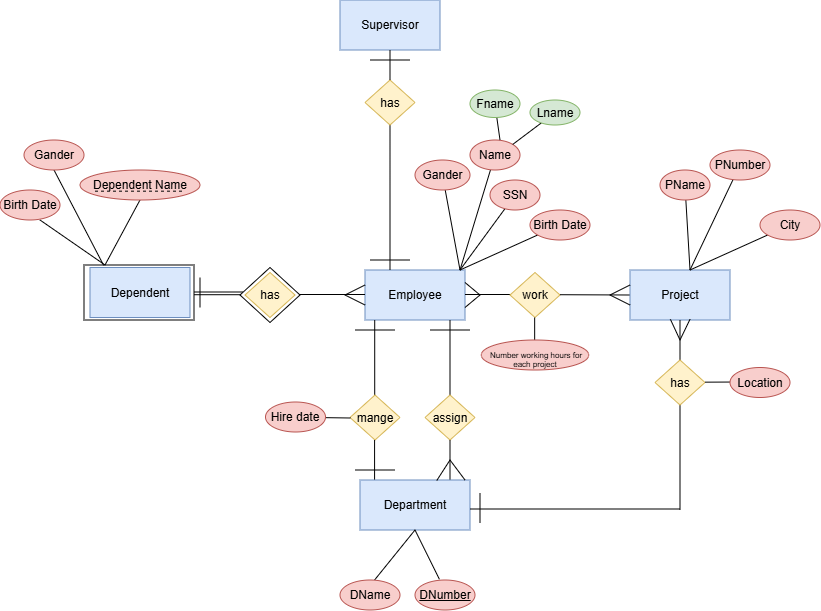
Earlier version of the draw.io export ERDs/EDR task.drawio.png (ShahadHamed/Database-learning). Source tidied: cells renumbered, new cells last; positions are measured from the earlier drawing's top-left corner, leaving out a move shared by most shapes.
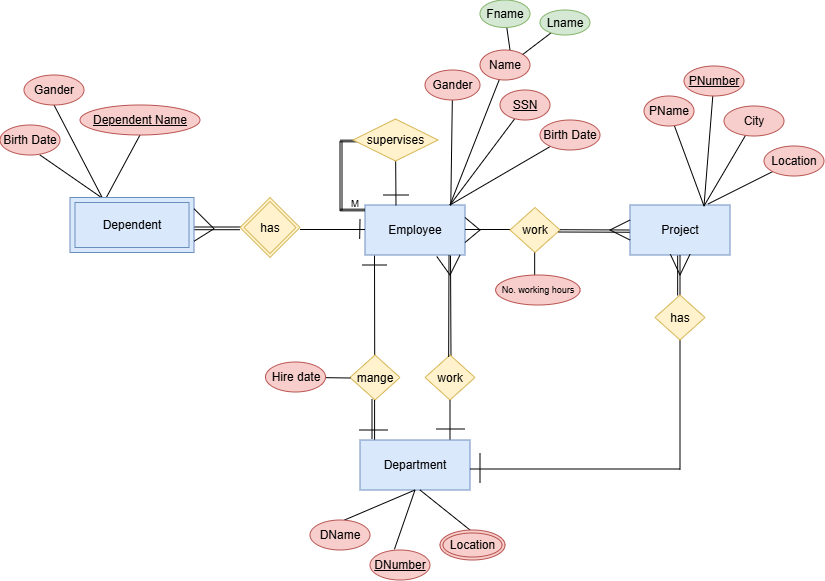
The same diagram one commit later.

Commit message:
Resolve task of ERD

Change to the diagram source:
```diff
@@ -16,5 +16,2 @@
     </mxCell>
-    <mxCell id="4" style="rounded=0;whiteSpace=wrap;html=1;" parent="1" vertex="1">
-      <mxGeometry x="84" y="265" width="110" height="55" as="geometry" />
-    </mxCell>
     <mxCell id="5" value="Employee" style="rounded=0;whiteSpace=wrap;html=1;fillColor=#dae8fc;strokeColor=#6c8ebf;" parent="1" vertex="1">
@@ -38,22 +35,5 @@
     </mxCell>
-    <mxCell id="9" style="endArrow=none;html=1;rounded=0;" parent="1" edge="1">
-      <mxGeometry relative="1" as="geometry">
-        <mxPoint x="390" y="270" as="sourcePoint" />
-        <mxPoint x="390" y="120" as="targetPoint" />
-      </mxGeometry>
-    </mxCell>
-    <mxCell id="10" value="has" style="rhombus;whiteSpace=wrap;html=1;fillColor=#fff2cc;strokeColor=#d6b656;" parent="1" vertex="1">
-      <mxGeometry x="365" y="80" width="50" height="45" as="geometry" />
-    </mxCell>
-    <mxCell id="11" value="Supervisor" style="rounded=0;whiteSpace=wrap;html=1;fillColor=#dae8fc;strokeColor=#6c8ebf;" parent="1" vertex="1">
-      <mxGeometry x="340" width="100" height="50" as="geometry" />
-    </mxCell>
-    <mxCell id="12" style="endArrow=none;html=1;rounded=0;exitX=0.5;exitY=0;exitDx=0;exitDy=0;" parent="1" edge="1" source="10">
-      <mxGeometry relative="1" as="geometry">
-        <mxPoint x="390" y="50" as="targetPoint" />
-      </mxGeometry>
-    </mxCell>
     <mxCell id="13" style="endArrow=none;html=1;rounded=0;" parent="1" edge="1" target="18">
       <mxGeometry relative="1" as="geometry">
-        <mxPoint x="460" y="270" as="sourcePoint" />
+        <mxPoint x="450" y="270" as="sourcePoint" />
       </mxGeometry>
@@ -62,9 +42,7 @@
       <mxGeometry relative="1" as="geometry">
-        <mxPoint x="460" y="270" as="sourcePoint" />
+        <mxPoint x="450" y="270" as="sourcePoint" />
       </mxGeometry>
     </mxCell>
-    <mxCell id="15" style="endArrow=none;html=1;rounded=0;" parent="1" edge="1" target="20">
-      <mxGeometry relative="1" as="geometry">
-        <mxPoint x="460" y="270" as="sourcePoint" />
-      </mxGeometry>
+    <mxCell id="15" style="endArrow=none;html=1;rounded=0;exitX=0.858;exitY=-0.024;exitDx=0;exitDy=0;exitPerimeter=0;" parent="1" edge="1" source="5" target="20">
+      <mxGeometry relative="1" as="geometry" />
     </mxCell>
@@ -72,3 +50,3 @@
       <mxGeometry relative="1" as="geometry">
-        <mxPoint x="460" y="270" as="sourcePoint" />
+        <mxPoint x="450" y="270" as="sourcePoint" />
       </mxGeometry>
@@ -76,12 +54,12 @@
     <mxCell id="17" value="Birth Date" style="ellipse;whiteSpace=wrap;html=1;fillColor=#f8cecc;strokeColor=#b85450;" parent="1" vertex="1">
-      <mxGeometry x="530" y="210" width="60" height="30" as="geometry" />
+      <mxGeometry x="540" y="185" width="60" height="30" as="geometry" />
     </mxCell>
-    <mxCell id="18" value="SSN" style="ellipse;whiteSpace=wrap;html=1;fillColor=#f8cecc;strokeColor=#b85450;" parent="1" vertex="1">
-      <mxGeometry x="490" y="180" width="50" height="30" as="geometry" />
+    <mxCell id="18" value="SSN" style="ellipse;whiteSpace=wrap;html=1;fillColor=#f8cecc;strokeColor=#b85450;fontStyle=4;" parent="1" vertex="1">
+      <mxGeometry x="500" y="155" width="50" height="30" as="geometry" />
     </mxCell>
     <mxCell id="19" value="Name" style="ellipse;whiteSpace=wrap;html=1;fillColor=#f8cecc;strokeColor=#b85450;" parent="1" vertex="1">
-      <mxGeometry x="470" y="140" width="50" height="30" as="geometry" />
+      <mxGeometry x="480" y="115" width="50" height="30" as="geometry" />
     </mxCell>
     <mxCell id="20" value="Gander" style="ellipse;whiteSpace=wrap;html=1;fillColor=#f8cecc;strokeColor=#b85450;" parent="1" vertex="1">
-      <mxGeometry x="415" y="160" width="55" height="30" as="geometry" />
+      <mxGeometry x="425" y="135" width="55" height="30" as="geometry" />
     </mxCell>
@@ -89,3 +67,3 @@
       <mxGeometry relative="1" as="geometry">
-        <mxPoint x="500" y="140" as="sourcePoint" />
+        <mxPoint x="510" y="115" as="sourcePoint" />
       </mxGeometry>
@@ -96,6 +74,6 @@
     <mxCell id="23" value="Lname" style="ellipse;whiteSpace=wrap;html=1;fillColor=#d5e8d4;strokeColor=#82b366;" parent="1" vertex="1">
-      <mxGeometry x="530" y="100" width="50" height="25" as="geometry" />
+      <mxGeometry x="540" y="75" width="50" height="25" as="geometry" />
     </mxCell>
     <mxCell id="24" value="Fname" style="ellipse;whiteSpace=wrap;html=1;fillColor=#d5e8d4;strokeColor=#82b366;" parent="1" vertex="1">
-      <mxGeometry x="470" y="90" width="50" height="27.5" as="geometry" />
+      <mxGeometry x="480" y="65" width="50" height="27.5" as="geometry" />
     </mxCell>
@@ -103,12 +81,6 @@
       <mxGeometry relative="1" as="geometry">
-        <mxPoint x="370" y="260" as="sourcePoint" />
-        <mxPoint x="410" y="260" as="targetPoint" />
+        <mxPoint x="383" y="260" as="sourcePoint" />
+        <mxPoint x="409" y="260" as="targetPoint" />
       </mxGeometry>
     </mxCell>
-    <mxCell id="26" style="endArrow=none;html=1;rounded=0;" parent="1" edge="1">
-      <mxGeometry relative="1" as="geometry">
-        <mxPoint x="370" y="60" as="sourcePoint" />
-        <mxPoint x="410" y="60" as="targetPoint" />
-      </mxGeometry>
-    </mxCell>
     <mxCell id="27" style="endArrow=none;html=1;rounded=0;" parent="1" edge="1">
@@ -119,13 +91,6 @@
     </mxCell>
-    <mxCell id="28" style="rhombus;whiteSpace=wrap;html=1;" parent="1" vertex="1">
-      <mxGeometry x="240" y="267.5" width="60" height="55" as="geometry" />
-    </mxCell>
-    <mxCell id="29" value="has" style="rhombus;whiteSpace=wrap;html=1;fillColor=#fff2cc;strokeColor=#d6b656;" parent="1" vertex="1">
-      <mxGeometry x="245" y="272.5" width="50" height="45" as="geometry" />
-    </mxCell>
-    <mxCell id="30" value="Dependent" style="rounded=0;whiteSpace=wrap;html=1;fillColor=#dae8fc;strokeColor=#6c8ebf;" parent="1" vertex="1">
-      <mxGeometry x="90" y="267.5" width="100" height="50" as="geometry" />
-    </mxCell>
-    <mxCell id="31" style="endArrow=none;html=1;rounded=0;exitX=0.136;exitY=-0.044;exitDx=0;exitDy=0;exitPerimeter=0;entryX=0.5;entryY=1;entryDx=0;entryDy=0;" parent="1" edge="1" source="30" target="35">
-      <mxGeometry relative="1" as="geometry" />
+    <mxCell id="31" style="endArrow=none;html=1;rounded=0;exitX=0.136;exitY=-0.044;exitDx=0;exitDy=0;exitPerimeter=0;entryX=0.5;entryY=1;entryDx=0;entryDy=0;" parent="1" edge="1" target="35">
+      <mxGeometry relative="1" as="geometry">
+        <mxPoint x="103.6" y="265.3" as="sourcePoint" />
+      </mxGeometry>
     </mxCell>
@@ -148,31 +113,21 @@
     </mxCell>
-    <mxCell id="36" value="Dependent Name" style="ellipse;whiteSpace=wrap;html=1;fontStyle=0;fillColor=#f8cecc;strokeColor=#b85450;" parent="1" vertex="1">
+    <mxCell id="36" value="Dependent Name" style="ellipse;whiteSpace=wrap;html=1;fontStyle=4;fillColor=#f8cecc;strokeColor=#b85450;" parent="1" vertex="1">
       <mxGeometry x="80" y="170" width="120" height="30" as="geometry" />
     </mxCell>
-    <mxCell id="37" style="endArrow=none;html=1;rounded=0;" parent="1" edge="1">
-      <mxGeometry relative="1" as="geometry">
-        <mxPoint x="365" y="305" as="sourcePoint" />
-        <mxPoint x="365" y="285" as="targetPoint" />
-        <Array as="points">
-          <mxPoint x="345" y="295" />
-        </Array>
-      </mxGeometry>
-    </mxCell>
-    <mxCell id="38" style="endArrow=none;html=1;rounded=0;" parent="1" edge="1">
+    <mxCell id="38" style="endArrow=none;html=1;rounded=0;entryX=0.845;entryY=1.03;entryDx=0;entryDy=0;entryPerimeter=0;" parent="1" edge="1">
       <mxGeometry relative="1" as="geometry">
-        <mxPoint x="450" y="400" as="sourcePoint" />
-        <mxPoint x="450" y="320" as="targetPoint" />
+        <mxPoint x="451" y="424" as="sourcePoint" />
+        <mxPoint x="450.5" y="320.5" as="targetPoint" />
       </mxGeometry>
     </mxCell>
-    <mxCell id="39" style="endArrow=none;html=1;rounded=0;" parent="1" edge="1">
+    <mxCell id="39" style="endArrow=none;html=1;rounded=0;entryX=0.095;entryY=1.013;entryDx=0;entryDy=0;entryPerimeter=0;" parent="1" edge="1" target="5">
       <mxGeometry relative="1" as="geometry">
-        <mxPoint x="374.7" y="400" as="sourcePoint" />
-        <mxPoint x="374.7" y="320" as="targetPoint" />
+        <mxPoint x="374.7" y="425" as="sourcePoint" />
       </mxGeometry>
     </mxCell>
-    <mxCell id="40" value="assign" style="rhombus;whiteSpace=wrap;html=1;fillColor=#fff2cc;strokeColor=#d6b656;" parent="1" vertex="1">
-      <mxGeometry x="425" y="395" width="50" height="45" as="geometry" />
+    <mxCell id="40" value="work" style="rhombus;whiteSpace=wrap;html=1;fillColor=#fff2cc;strokeColor=#d6b656;" parent="1" vertex="1">
+      <mxGeometry x="425" y="420" width="50" height="45" as="geometry" />
     </mxCell>
     <mxCell id="41" value="mange" style="rhombus;whiteSpace=wrap;html=1;fillColor=#fff2cc;strokeColor=#d6b656;" parent="1" vertex="1">
-      <mxGeometry x="350" y="395" width="50" height="45" as="geometry" />
+      <mxGeometry x="350" y="420" width="50" height="45" as="geometry" />
     </mxCell>
@@ -197,3 +152,3 @@
       <mxGeometry relative="1" as="geometry">
-        <mxPoint x="690" y="270" as="sourcePoint" />
+        <mxPoint x="704" y="271" as="sourcePoint" />
       </mxGeometry>
@@ -202,3 +157,3 @@
       <mxGeometry relative="1" as="geometry">
-        <mxPoint x="690" y="270" as="sourcePoint" />
+        <mxPoint x="704" y="271" as="sourcePoint" />
       </mxGeometry>
@@ -207,3 +162,3 @@
       <mxGeometry relative="1" as="geometry">
-        <mxPoint x="690" y="270" as="sourcePoint" />
+        <mxPoint x="704" y="271" as="sourcePoint" />
       </mxGeometry>
@@ -211,20 +166,14 @@
     <mxCell id="48" value="City" style="ellipse;whiteSpace=wrap;html=1;fillColor=#f8cecc;strokeColor=#b85450;" parent="1" vertex="1">
-      <mxGeometry x="760" y="210" width="60" height="30" as="geometry" />
+      <mxGeometry x="724" y="171" width="60" height="30" as="geometry" />
     </mxCell>
-    <mxCell id="49" value="PNumber" style="ellipse;whiteSpace=wrap;html=1;fillColor=#f8cecc;strokeColor=#b85450;" parent="1" vertex="1">
-      <mxGeometry x="710" y="150" width="60" height="30" as="geometry" />
+    <mxCell id="49" value="PNumber" style="ellipse;whiteSpace=wrap;html=1;fillColor=#f8cecc;strokeColor=#b85450;fontStyle=4;" parent="1" vertex="1">
+      <mxGeometry x="684" y="131" width="60" height="30" as="geometry" />
     </mxCell>
     <mxCell id="50" value="PName" style="ellipse;whiteSpace=wrap;html=1;fillColor=#f8cecc;strokeColor=#b85450;" parent="1" vertex="1">
-      <mxGeometry x="660" y="170" width="50" height="30" as="geometry" />
+      <mxGeometry x="644" y="161" width="50" height="30" as="geometry" />
     </mxCell>
-    <mxCell id="51" style="endArrow=none;dashed=1;html=1;rounded=0;" parent="1" edge="1">
-      <mxGeometry relative="1" as="geometry">
-        <mxPoint x="95" y="191.2" as="sourcePoint" />
-        <mxPoint x="185" y="191.2" as="targetPoint" />
-      </mxGeometry>
-    </mxCell>
     <mxCell id="52" style="endArrow=none;html=1;rounded=0;" parent="1" edge="1">
       <mxGeometry relative="1" as="geometry">
-        <mxPoint x="450" y="480" as="sourcePoint" />
-        <mxPoint x="450" y="440" as="targetPoint" />
+        <mxPoint x="450" y="505" as="sourcePoint" />
+        <mxPoint x="450" y="465" as="targetPoint" />
       </mxGeometry>
@@ -233,4 +182,4 @@
       <mxGeometry relative="1" as="geometry">
-        <mxPoint x="374.6" y="480" as="sourcePoint" />
-        <mxPoint x="374.6" y="440" as="targetPoint" />
+        <mxPoint x="374.6" y="505" as="sourcePoint" />
+        <mxPoint x="374.6" y="465" as="targetPoint" />
       </mxGeometry>
@@ -238,3 +187,3 @@
     <mxCell id="54" value="Department" style="rounded=0;whiteSpace=wrap;html=1;fillColor=#dae8fc;strokeColor=#6c8ebf;" parent="1" vertex="1">
-      <mxGeometry x="360" y="480" width="110" height="50" as="geometry" />
+      <mxGeometry x="360" y="505" width="110" height="50" as="geometry" />
     </mxCell>
@@ -242,4 +191,4 @@
       <mxGeometry relative="1" as="geometry">
-        <mxPoint x="430" y="330" as="sourcePoint" />
-        <mxPoint x="470" y="330" as="targetPoint" />
+        <mxPoint x="436" y="494" as="sourcePoint" />
+        <mxPoint x="465" y="494" as="targetPoint" />
       </mxGeometry>
@@ -248,17 +197,12 @@
       <mxGeometry relative="1" as="geometry">
-        <mxPoint x="355" y="330" as="sourcePoint" />
-        <mxPoint x="395" y="330" as="targetPoint" />
+        <mxPoint x="362" y="330" as="sourcePoint" />
+        <mxPoint x="387" y="330" as="targetPoint" />
       </mxGeometry>
     </mxCell>
-    <mxCell id="57" style="endArrow=none;html=1;rounded=0;" parent="1" edge="1">
-      <mxGeometry relative="1" as="geometry">
-        <mxPoint x="355" y="470" as="sourcePoint" />
-        <mxPoint x="395" y="470" as="targetPoint" />
-      </mxGeometry>
-    </mxCell>
-    <mxCell id="58" style="endArrow=none;html=1;rounded=0;exitX=0.698;exitY=0.01;exitDx=0;exitDy=0;exitPerimeter=0;" parent="1" edge="1" source="54">
+    <mxCell id="58" style="endArrow=none;html=1;rounded=0;exitX=0.698;exitY=0.01;exitDx=0;exitDy=0;exitPerimeter=0;" parent="1" edge="1">
       <mxGeometry relative="1" as="geometry">
-        <mxPoint x="465" y="480" as="targetPoint" />
+        <mxPoint x="436.8" y="321.5" as="sourcePoint" />
+        <mxPoint x="460" y="320" as="targetPoint" />
         <Array as="points">
-          <mxPoint x="450" y="460" />
+          <mxPoint x="450" y="340" />
         </Array>
@@ -268,10 +212,9 @@
       <mxGeometry relative="1" as="geometry">
-        <mxPoint x="470" y="509" as="sourcePoint" />
-        <mxPoint x="680" y="509" as="targetPoint" />
+        <mxPoint x="470" y="534" as="sourcePoint" />
+        <mxPoint x="680" y="534" as="targetPoint" />
       </mxGeometry>
     </mxCell>
-    <mxCell id="60" style="endArrow=none;html=1;rounded=0;" parent="1" edge="1">
+    <mxCell id="60" style="endArrow=none;html=1;rounded=0;entryX=0.5;entryY=1;entryDx=0;entryDy=0;" parent="1" edge="1" target="43">
       <mxGeometry relative="1" as="geometry">
-        <mxPoint x="680" y="510" as="sourcePoint" />
-        <mxPoint x="680" y="320" as="targetPoint" />
+        <mxPoint x="680" y="535" as="sourcePoint" />
       </mxGeometry>
@@ -280,4 +223,4 @@
       <mxGeometry relative="1" as="geometry">
-        <mxPoint x="480" y="523" as="sourcePoint" />
-        <mxPoint x="480" y="493" as="targetPoint" />
+        <mxPoint x="480" y="548" as="sourcePoint" />
+        <mxPoint x="480" y="518" as="targetPoint" />
       </mxGeometry>
@@ -294,14 +237,5 @@
     </mxCell>
-    <mxCell id="64" style="endArrow=none;html=1;rounded=0;" parent="1" edge="1">
-      <mxGeometry relative="1" as="geometry">
-        <mxPoint x="705" y="382.2" as="sourcePoint" />
-        <mxPoint x="740" y="382" as="targetPoint" />
-      </mxGeometry>
-    </mxCell>
-    <mxCell id="65" value="Location" style="ellipse;whiteSpace=wrap;html=1;fillColor=#f8cecc;strokeColor=#b85450;" parent="1" vertex="1">
-      <mxGeometry x="730" y="367.5" width="60" height="30" as="geometry" />
-    </mxCell>
     <mxCell id="66" style="endArrow=none;html=1;rounded=0;exitX=0.576;exitY=0;exitDx=0;exitDy=0;exitPerimeter=0;" parent="1" edge="1" source="68">
       <mxGeometry relative="1" as="geometry">
-        <mxPoint x="415" y="530" as="targetPoint" />
+        <mxPoint x="415" y="555" as="targetPoint" />
       </mxGeometry>
@@ -312,6 +246,6 @@
     <mxCell id="68" value="DName" style="ellipse;whiteSpace=wrap;html=1;fillColor=#f8cecc;strokeColor=#b85450;" parent="1" vertex="1">
-      <mxGeometry x="340" y="580" width="60" height="30" as="geometry" />
+      <mxGeometry x="310" y="585" width="60" height="30" as="geometry" />
     </mxCell>
     <mxCell id="69" value="&lt;u&gt;DNumber&lt;/u&gt;" style="ellipse;whiteSpace=wrap;html=1;fillColor=#f8cecc;strokeColor=#b85450;" parent="1" vertex="1">
-      <mxGeometry x="415" y="580" width="60" height="30" as="geometry" />
+      <mxGeometry x="370" y="615" width="60" height="30" as="geometry" />
     </mxCell>
@@ -319,4 +253,4 @@
       <mxGeometry relative="1" as="geometry">
-        <mxPoint x="325.5" y="417.7" as="sourcePoint" />
-        <mxPoint x="350.5" y="418" as="targetPoint" />
+        <mxPoint x="325.5" y="442.7" as="sourcePoint" />
+        <mxPoint x="350.5" y="443" as="targetPoint" />
       </mxGeometry>
@@ -324,3 +258,3 @@
     <mxCell id="71" value="Hire date" style="ellipse;whiteSpace=wrap;html=1;fillColor=#f8cecc;strokeColor=#b85450;" parent="1" vertex="1">
-      <mxGeometry x="265.5" y="402" width="60" height="30" as="geometry" />
+      <mxGeometry x="265.5" y="427" width="60" height="30" as="geometry" />
     </mxCell>
@@ -332,4 +266,4 @@
     </mxCell>
-    <mxCell id="73" value="&lt;div&gt;&lt;font&gt;&lt;br&gt;&lt;/font&gt;&lt;/div&gt;&lt;font&gt;&amp;nbsp;Number working hours for each project&lt;/font&gt;" style="ellipse;whiteSpace=wrap;html=1;fontSize=8;align=center;fillColor=#f8cecc;strokeColor=#b85450;" parent="1" vertex="1">
-      <mxGeometry x="481.2" y="340" width="107.5" height="30" as="geometry" />
+    <mxCell id="73" value="&lt;div&gt;No. working hours&lt;/div&gt;" style="ellipse;whiteSpace=wrap;html=1;fontSize=9;align=center;fillColor=#f8cecc;strokeColor=#b85450;" parent="1" vertex="1">
+      <mxGeometry x="495.6" y="340" width="84.4" height="30" as="geometry" />
     </mxCell>
@@ -337,6 +271,101 @@
       <mxGeometry relative="1" as="geometry">
-        <mxPoint x="200" y="307.5" as="sourcePoint" />
-        <mxPoint x="200" y="277.5" as="targetPoint" />
+        <mxPoint x="359.7" y="304" as="sourcePoint" />
+        <mxPoint x="360" y="284" as="targetPoint" />
       </mxGeometry>
     </mxCell>
+    <mxCell id="75" style="endArrow=none;html=1;rounded=0;exitX=0.5;exitY=0;exitDx=0;exitDy=0;" parent="1" edge="1">
+      <mxGeometry relative="1" as="geometry">
+        <mxPoint x="470" y="595" as="sourcePoint" />
+        <mxPoint x="420" y="555" as="targetPoint" />
+      </mxGeometry>
+    </mxCell>
+    <mxCell id="76" value="Location" style="ellipse;shape=doubleEllipse;margin=3;whiteSpace=wrap;html=1;align=center;fillColor=#f8cecc;strokeColor=#b85450;" parent="1" vertex="1">
+      <mxGeometry x="440" y="595" width="65" height="30" as="geometry" />
+    </mxCell>
+    <mxCell id="77" style="endArrow=none;html=1;rounded=0;exitX=0.64;exitY=-0.04;exitDx=0;exitDy=0;exitPerimeter=0;" parent="1" edge="1" target="65">
+      <mxGeometry relative="1" as="geometry">
+        <mxPoint x="708" y="269" as="sourcePoint" />
+      </mxGeometry>
+    </mxCell>
+    <mxCell id="65" value="Location" style="ellipse;whiteSpace=wrap;html=1;fillColor=#f8cecc;strokeColor=#b85450;" parent="1" vertex="1">
+      <mxGeometry x="764" y="211" width="60" height="30" as="geometry" />
+    </mxCell>
+    <mxCell id="30" value="Dependent" style="shape=ext;margin=3;double=1;whiteSpace=wrap;html=1;align=center;fillColor=#dae8fc;strokeColor=#6c8ebf;" parent="1" vertex="1">
+      <mxGeometry x="70" y="262.5" width="124" height="55" as="geometry" />
+    </mxCell>
+    <mxCell id="29" value="has" style="shape=rhombus;double=1;perimeter=rhombusPerimeter;whiteSpace=wrap;html=1;align=center;fillColor=#fff2cc;strokeColor=#d6b656;" parent="1" vertex="1">
+      <mxGeometry x="240" y="262.5" width="60" height="60" as="geometry" />
+    </mxCell>
+    <mxCell id="78" style="endArrow=none;html=1;rounded=0;exitX=0.31;exitY=0.007;exitDx=0;exitDy=0;exitPerimeter=0;" parent="1" edge="1" source="5" target="10">
+      <mxGeometry relative="1" as="geometry" />
+    </mxCell>
+    <mxCell id="79" style="endArrow=none;html=1;rounded=0;" parent="1" edge="1">
+      <mxGeometry relative="1" as="geometry">
+        <mxPoint x="194" y="306.2" as="sourcePoint" />
+        <mxPoint x="194" y="273.8" as="targetPoint" />
+        <Array as="points">
+          <mxPoint x="214" y="293.8" />
+        </Array>
+      </mxGeometry>
+    </mxCell>
+    <mxCell id="80" style="endArrow=none;html=1;rounded=0;entryX=-0.001;entryY=0.545;entryDx=0;entryDy=0;entryPerimeter=0;" parent="1" edge="1">
+      <mxGeometry relative="1" as="geometry">
+        <mxPoint x="558" y="297" as="sourcePoint" />
+        <mxPoint x="629.9" y="297.2" as="targetPoint" />
+      </mxGeometry>
+    </mxCell>
+    <mxCell id="81" style="endArrow=none;html=1;rounded=0;" parent="1" edge="1">
+      <mxGeometry relative="1" as="geometry">
+        <mxPoint x="372" y="504" as="sourcePoint" />
+        <mxPoint x="372" y="464" as="targetPoint" />
+      </mxGeometry>
+    </mxCell>
+    <mxCell id="82" style="endArrow=none;html=1;rounded=0;entryX=0.845;entryY=1.03;entryDx=0;entryDy=0;entryPerimeter=0;exitX=0.453;exitY=0.044;exitDx=0;exitDy=0;exitPerimeter=0;" parent="1" edge="1">
+      <mxGeometry relative="1" as="geometry">
+        <mxPoint x="448.6" y="422" as="sourcePoint" />
+        <mxPoint x="449" y="320" as="targetPoint" />
+      </mxGeometry>
+    </mxCell>
+    <mxCell id="83" style="endArrow=none;html=1;rounded=0;" parent="1" edge="1">
+      <mxGeometry relative="1" as="geometry">
+        <mxPoint x="677.7" y="360.5" as="sourcePoint" />
+        <mxPoint x="677.7" y="320.5" as="targetPoint" />
+      </mxGeometry>
+    </mxCell>
+    <mxCell id="84" style="endArrow=none;html=1;rounded=0;" parent="1" edge="1">
+      <mxGeometry relative="1" as="geometry">
+        <mxPoint x="359" y="495" as="sourcePoint" />
+        <mxPoint x="388" y="495" as="targetPoint" />
+      </mxGeometry>
+    </mxCell>
+    <mxCell id="85" style="shape=link;html=1;rounded=0;width=-1.6591928251121075;" parent="1" edge="1">
+      <mxGeometry relative="1" as="geometry">
+        <mxPoint x="340" y="275" as="sourcePoint" />
+        <mxPoint x="365" y="275" as="targetPoint" />
+      </mxGeometry>
+    </mxCell>
+    <mxCell id="86" value="M" style="text;html=1;whiteSpace=wrap;strokeColor=none;fillColor=none;align=center;verticalAlign=middle;rounded=0;fontSize=10;" parent="1" vertex="1">
+      <mxGeometry x="350" y="262.5" width="10" height="10" as="geometry" />
+    </mxCell>
+    <mxCell id="87" style="endArrow=none;html=1;rounded=0;" parent="1" edge="1">
+      <mxGeometry relative="1" as="geometry">
+        <mxPoint x="340" y="276" as="sourcePoint" />
+        <mxPoint x="340" y="206" as="targetPoint" />
+      </mxGeometry>
+    </mxCell>
+    <mxCell id="88" style="endArrow=none;html=1;rounded=0;" parent="1" edge="1">
+      <mxGeometry relative="1" as="geometry">
+        <mxPoint x="342" y="276" as="sourcePoint" />
+        <mxPoint x="342" y="206" as="targetPoint" />
+      </mxGeometry>
+    </mxCell>
+    <mxCell id="89" style="shape=link;html=1;rounded=0;width=-1.6591928251121075;" parent="1" edge="1">
+      <mxGeometry relative="1" as="geometry">
+        <mxPoint x="340" y="206" as="sourcePoint" />
+        <mxPoint x="365" y="206" as="targetPoint" />
+      </mxGeometry>
+    </mxCell>
+    <mxCell id="10" value="supervises" style="rhombus;whiteSpace=wrap;html=1;fillColor=#fff2cc;strokeColor=#d6b656;" parent="1" vertex="1">
+      <mxGeometry x="353" y="184" width="85" height="42" as="geometry" />
+    </mxCell>
   </root>
```
